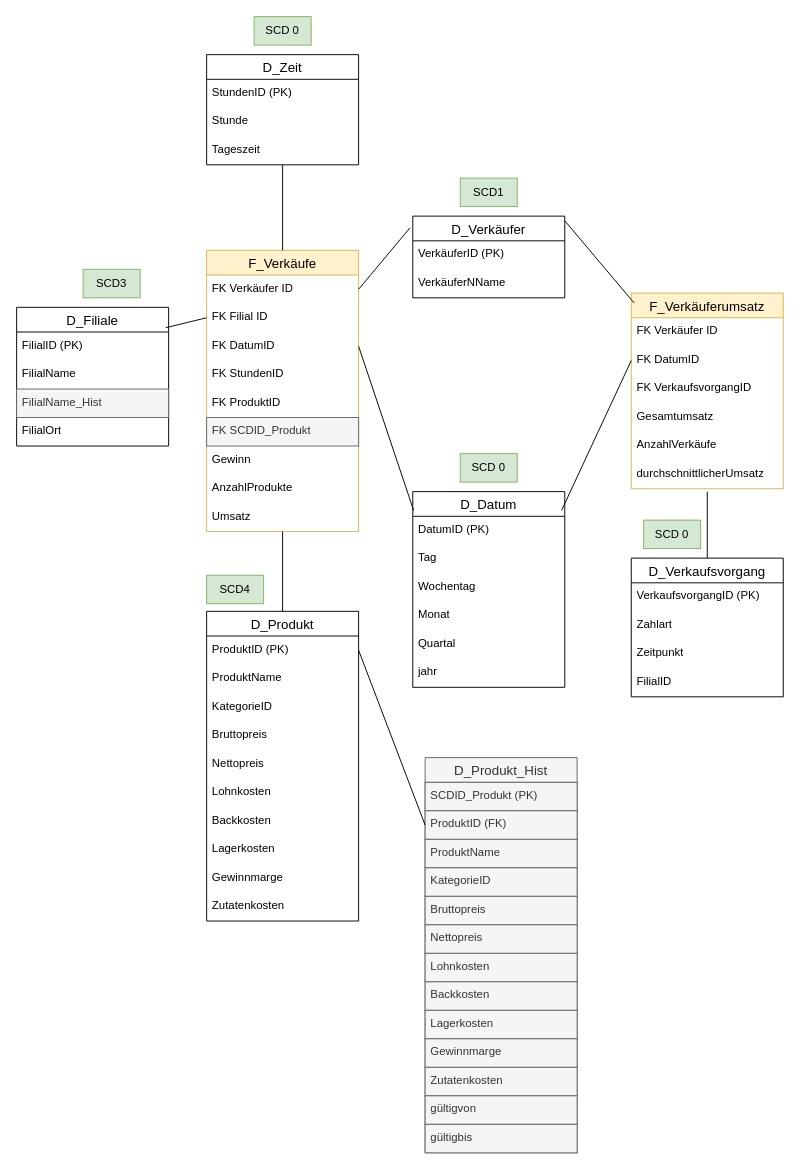
Before: Galaxyschema_BrotZeit_mitSCD.drawio in Thoerchen/BackZeit, a draw.io diagram. Source tidied: cells renumbered, new cells numbered last; positions are measured from the earlier drawing's top-left corner, leaving out a move shared by most shapes. Both pictures are drawn from the tidied source at 95%, with x=0, y=0 at pixel (16, 16).
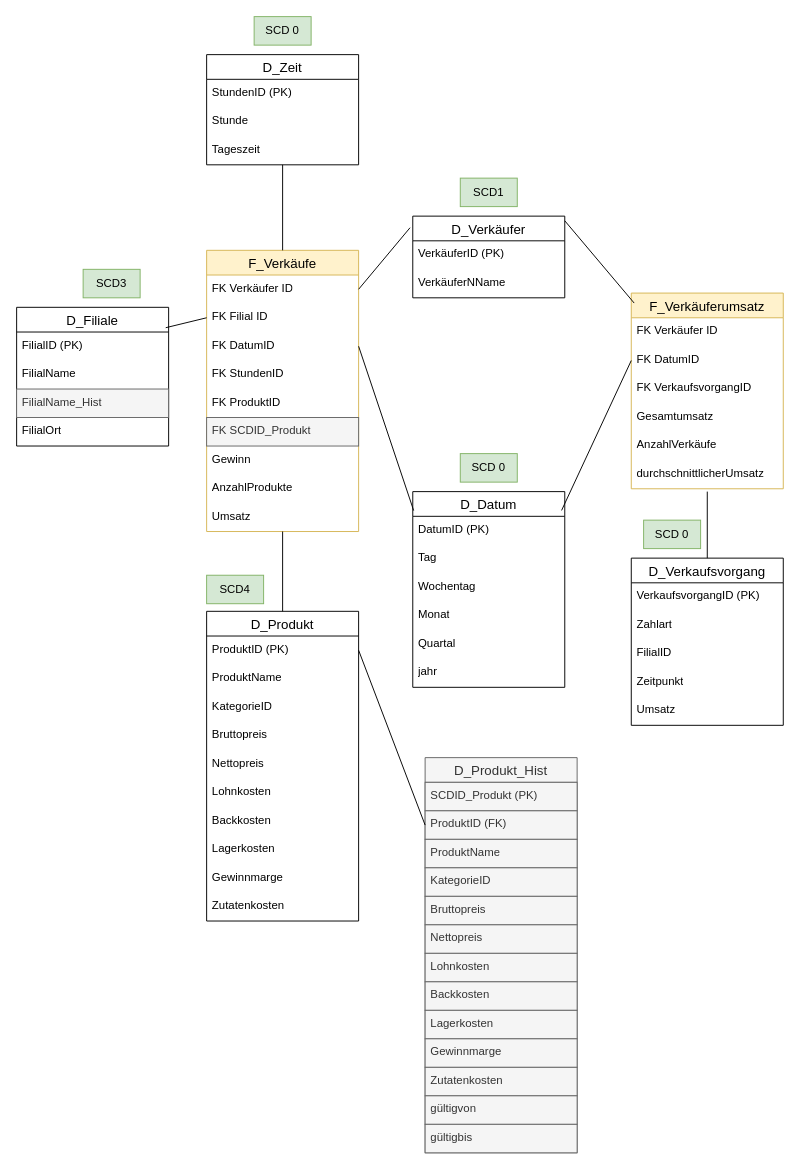
The same page after the edit.

What changed in the source:
```diff
@@
     <mxCell id="46" value="D_Verkaufsvorgang" style="swimlane;fontStyle=0;horizontal=1;startSize=26;align=center;fontSize=14;" parent="1" vertex="1">
-      <mxGeometry x="647" y="570" width="160" height="146" as="geometry" />
+      <mxGeometry x="647" y="570" width="160" height="176" as="geometry" />
     </mxCell>
@@
+    <mxCell id="50" value="FilialID" style="text;strokeColor=none;fillColor=none;spacingLeft=4;spacingRight=4;overflow=hidden;fontSize=12;whiteSpace=wrap;html=1;" parent="46" vertex="1">
+      <mxGeometry y="86" width="160" height="30" as="geometry" />
+    </mxCell>
     <mxCell id="49" value="Zeitpunkt" style="text;strokeColor=none;fillColor=none;spacingLeft=4;spacingRight=4;overflow=hidden;fontSize=12;whiteSpace=wrap;html=1;" parent="46" vertex="1">
-      <mxGeometry y="86" width="160" height="30" as="geometry" />
+      <mxGeometry y="116" width="160" height="30" as="geometry" />
     </mxCell>
-    <mxCell id="50" value="FilialID" style="text;strokeColor=none;fillColor=none;spacingLeft=4;spacingRight=4;overflow=hidden;fontSize=12;whiteSpace=wrap;html=1;" parent="46" vertex="1">
-      <mxGeometry y="116" width="160" height="30" as="geometry" />
-    </mxCell>
+    <mxCell id="83" value="Umsatz" style="text;strokeColor=none;fillColor=none;spacingLeft=4;spacingRight=4;overflow=hidden;fontSize=12;whiteSpace=wrap;html=1;" parent="46" vertex="1">
+      <mxGeometry y="146" width="160" height="30" as="geometry" />
+    </mxCell>
```
